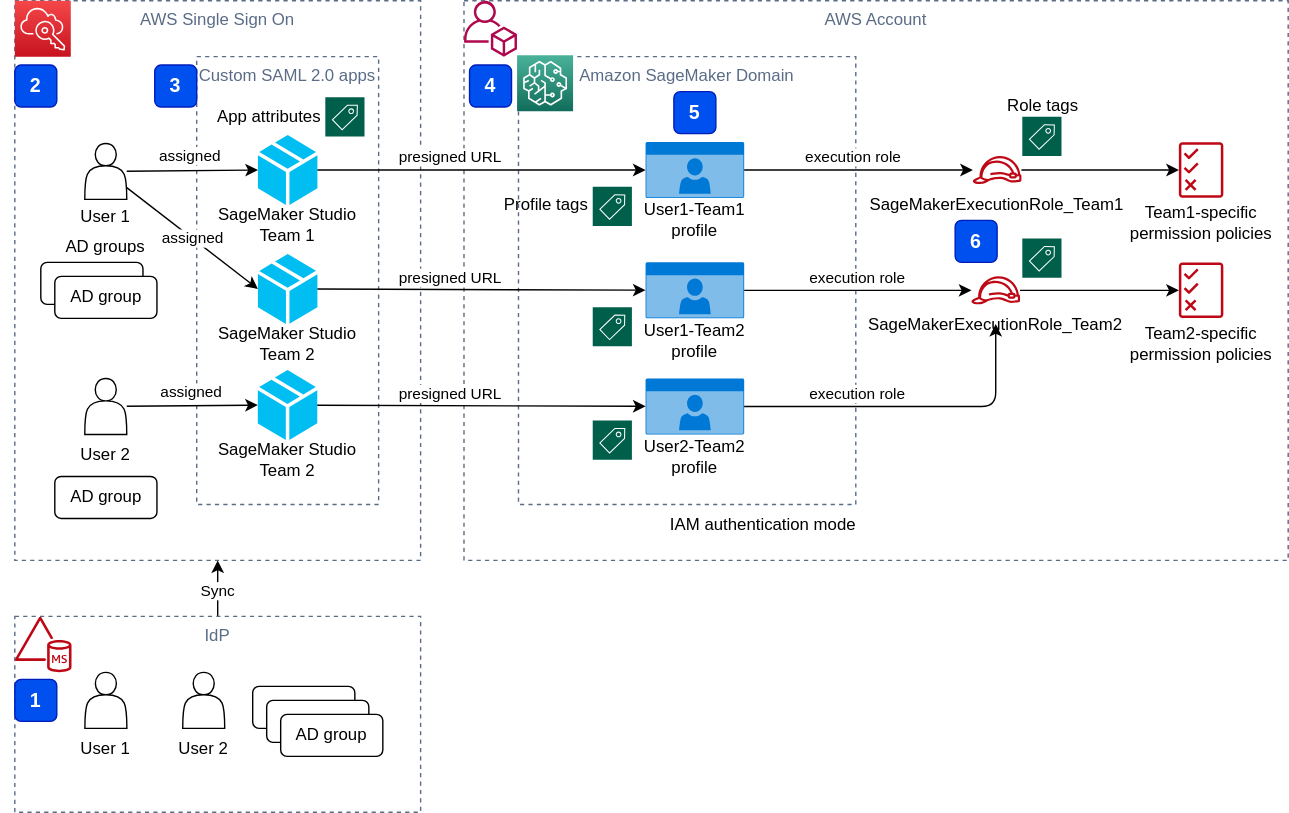
Before: design/solution-architecture.drawio.svg, a diagram exported from draw.io (aws-samples/users-and-team-management-with-amazon-sagemaker-and-aws-sso). Source tidied: cells renumbered, new cells last; positions are measured from the earlier drawing's top-left corner, leaving out a move shared by most shapes.
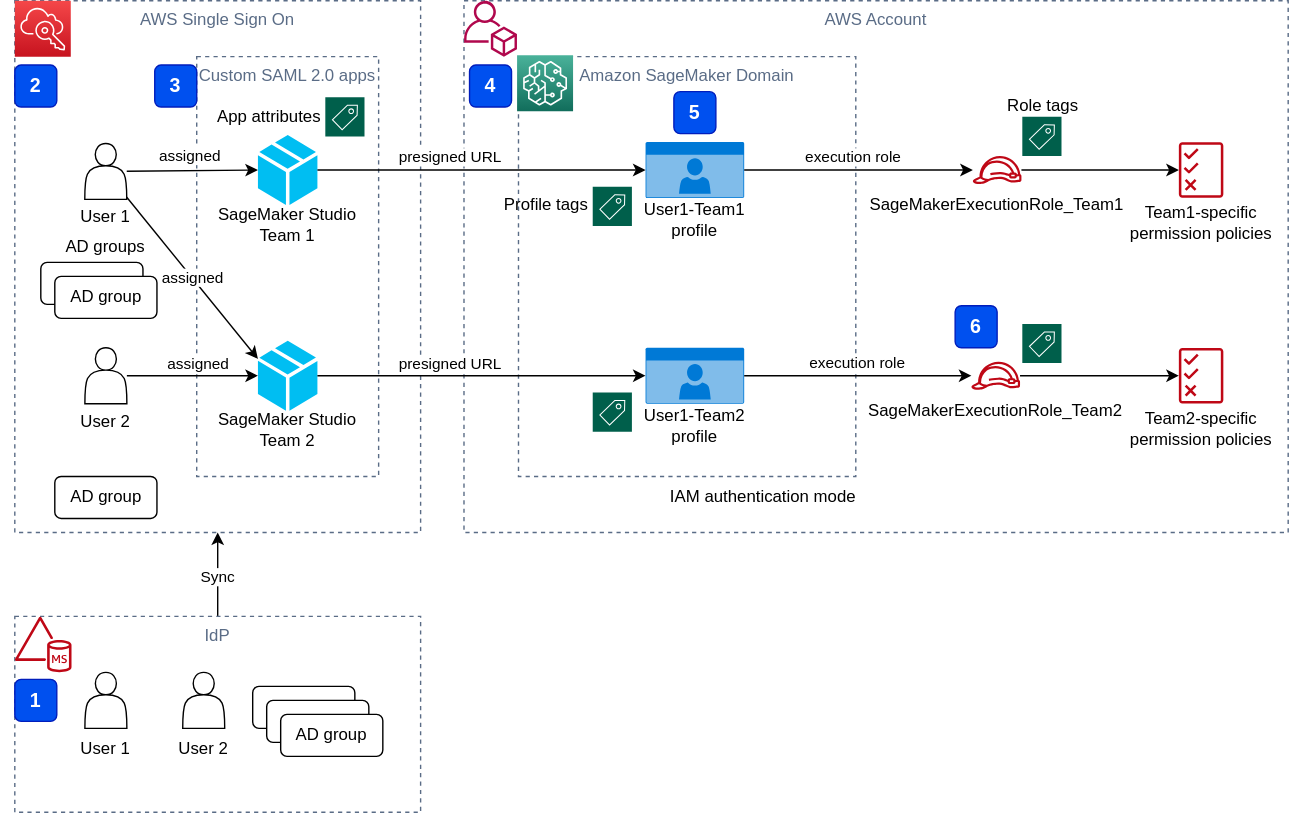
The same diagram one commit later.

The edit, as a diff of the source:
```diff
@@ -3,10 +3,10 @@
     <mxCell id="0" />
     <mxCell id="1" parent="0" />
     <mxCell id="2" value="AWS Single Sign On" style="fillColor=none;strokeColor=#5A6C86;dashed=1;verticalAlign=top;fontStyle=0;fontColor=#5A6C86;" parent="1" vertex="1">
-      <mxGeometry x="10" width="290" height="400" as="geometry" />
+      <mxGeometry x="10" width="290" height="380" as="geometry" />
     </mxCell>
     <mxCell id="3" value="Custom SAML 2.0 apps" style="fillColor=none;strokeColor=#5A6C86;dashed=1;verticalAlign=top;fontStyle=0;fontColor=#5A6C86;" parent="1" vertex="1">
-      <mxGeometry x="140" y="40" width="130" height="320" as="geometry" />
+      <mxGeometry x="140" y="40" width="130" height="300" as="geometry" />
     </mxCell>
     <mxCell id="4" style="edgeStyle=none;html=1;entryX=0.5;entryY=1;entryDx=0;entryDy=0;" parent="1" edge="1" source="6" target="2">
       <mxGeometry relative="1" as="geometry" />
@@ -18,13 +18,13 @@
       <mxGeometry x="10" y="440" width="290" height="140" as="geometry" />
     </mxCell>
     <mxCell id="7" value="AWS Account" style="fillColor=none;strokeColor=#5A6C86;dashed=1;verticalAlign=top;fontStyle=0;fontColor=#5A6C86;" parent="1" vertex="1">
-      <mxGeometry x="331" width="589" height="400" as="geometry" />
+      <mxGeometry x="331" width="589" height="380" as="geometry" />
     </mxCell>
     <mxCell id="8" style="sketch=0;fontColor=#232F3E;gradientColor=#F54749;gradientDirection=north;fillColor=#C7131F;strokeColor=#ffffff;dashed=0;verticalLabelPosition=bottom;verticalAlign=top;align=center;html=1;fontSize=12;fontStyle=0;shape=mxgraph.aws4.resourceIcon;resIcon=mxgraph.aws4.single_sign_on;" parent="1" vertex="1">
       <mxGeometry x="10" width="40" height="40" as="geometry" />
     </mxCell>
     <mxCell id="9" value="Amazon SageMaker Domain" style="fillColor=none;strokeColor=#5A6C86;dashed=1;verticalAlign=top;fontStyle=0;fontColor=#5A6C86;" parent="1" vertex="1">
-      <mxGeometry x="369.9" y="40" width="241.1" height="320" as="geometry" />
+      <mxGeometry x="369.9" y="40" width="241.1" height="300" as="geometry" />
     </mxCell>
     <mxCell id="10" style="sketch=0;fontColor=#232F3E;gradientColor=none;fillColor=#B0084D;strokeColor=none;dashed=0;verticalLabelPosition=bottom;verticalAlign=top;align=center;html=1;fontSize=12;fontStyle=0;shape=mxgraph.aws4.organizations_account;" parent="1" vertex="1">
       <mxGeometry x="331" width="38" height="40" as="geometry" />
@@ -43,7 +43,7 @@
         <mxPoint x="12" y="-10" as="offset" />
       </mxGeometry>
     </mxCell>
-    <mxCell id="15" value="assigned" style="edgeStyle=none;html=1;entryX=0;entryY=0.5;entryDx=0;entryDy=0;entryPerimeter=0;" parent="1" edge="1" source="16" target="44">
+    <mxCell id="15" value="assigned" style="edgeStyle=none;html=1;entryX=0;entryY=0.26;entryDx=0;entryDy=0;entryPerimeter=0;" parent="1" edge="1" source="16" target="44">
       <mxGeometry relative="1" as="geometry" />
     </mxCell>
     <mxCell id="16" style="shape=actor;whiteSpace=wrap;html=1;" parent="1" vertex="1">
@@ -59,7 +59,7 @@
       <mxGeometry y="20" width="60" height="30" as="geometry" />
     </mxCell>
     <mxCell id="20" style="group;" parent="1" vertex="1">
-      <mxGeometry x="681" y="197" width="60" height="50" as="geometry" />
+      <mxGeometry x="681" y="258" width="60" height="50" as="geometry" />
     </mxCell>
     <mxCell id="21" style="sketch=0;outlineConnect=0;fontColor=#232F3E;gradientColor=none;fillColor=#BF0816;strokeColor=none;dashed=0;verticalLabelPosition=bottom;verticalAlign=top;align=center;html=1;fontSize=12;fontStyle=0;shape=mxgraph.aws4.role;" parent="20" vertex="1">
       <mxGeometry x="12.3" width="35.5" height="20" as="geometry" />
@@ -77,7 +77,7 @@
       <mxGeometry x="9.8" width="70.5" height="40" as="geometry" />
     </mxCell>
     <mxCell id="26" style="group;" parent="1" vertex="1">
-      <mxGeometry x="451" y="187" width="90" height="71" as="geometry" />
+      <mxGeometry x="451" y="248" width="90" height="71" as="geometry" />
     </mxCell>
     <mxCell id="27" value="User1-Team2 profile" style="text;html=1;strokeColor=none;fillColor=none;align=center;verticalAlign=middle;whiteSpace=wrap;rounded=0;" parent="26" vertex="1">
       <mxGeometry y="41" width="90" height="30" as="geometry" />
@@ -85,15 +85,6 @@
     <mxCell id="28" style="html=1;strokeColor=none;fillColor=#0079D6;labelPosition=center;verticalLabelPosition=middle;verticalAlign=top;align=center;fontSize=12;outlineConnect=0;spacingTop=-6;fontColor=#FFFFFF;sketch=0;shape=mxgraph.sitemap.profile;" parent="26" vertex="1">
       <mxGeometry x="9.8" width="70.5" height="40" as="geometry" />
     </mxCell>
-    <mxCell id="29" style="group;" parent="1" vertex="1">
-      <mxGeometry x="451" y="270" width="90" height="71" as="geometry" />
-    </mxCell>
-    <mxCell id="30" value="User2-Team2 profile" style="text;html=1;strokeColor=none;fillColor=none;align=center;verticalAlign=middle;whiteSpace=wrap;rounded=0;" parent="29" vertex="1">
-      <mxGeometry y="41" width="90" height="30" as="geometry" />
-    </mxCell>
-    <mxCell id="31" style="html=1;strokeColor=none;fillColor=#0079D6;labelPosition=center;verticalLabelPosition=middle;verticalAlign=top;align=center;fontSize=12;outlineConnect=0;spacingTop=-6;fontColor=#FFFFFF;sketch=0;shape=mxgraph.sitemap.profile;" parent="29" vertex="1">
-      <mxGeometry x="9.8" width="70.5" height="40" as="geometry" />
-    </mxCell>
     <mxCell id="32" style="edgeStyle=none;html=1;" parent="1" edge="1" source="25" target="18">
       <mxGeometry relative="1" as="geometry" />
     </mxCell>
@@ -110,36 +101,14 @@
         <mxPoint x="26" y="-7" as="offset" />
       </mxGeometry>
     </mxCell>
-    <mxCell id="36" style="edgeStyle=none;html=1;" parent="1" edge="1" source="31">
-      <mxGeometry relative="1" as="geometry">
-        <mxPoint x="711" y="231" as="targetPoint" />
-        <Array as="points">
-          <mxPoint x="711" y="290" />
-        </Array>
-      </mxGeometry>
-    </mxCell>
-    <mxCell id="37" value="execution role" style="edgeLabel;html=1;align=center;verticalAlign=middle;" parent="36" vertex="1">
-      <mxGeometry x="-0.63" relative="1" as="geometry">
-        <mxPoint x="36" y="-10" as="offset" />
-      </mxGeometry>
-    </mxCell>
     <mxCell id="38" style="sketch=0;shadow=0;dashed=0;html=1;strokeColor=none;fillColor=#005F4B;labelPosition=center;verticalLabelPosition=bottom;verticalAlign=top;align=center;shape=mxgraph.veeam2.tag;" parent="1" vertex="1">
       <mxGeometry x="423" y="133" width="28" height="28" as="geometry" />
     </mxCell>
     <mxCell id="39" value="User 1" style="text;html=1;strokeColor=none;fillColor=none;align=center;verticalAlign=middle;whiteSpace=wrap;rounded=0;" parent="1" vertex="1">
       <mxGeometry x="45" y="140" width="60" height="30" as="geometry" />
     </mxCell>
-    <mxCell id="40" style="group;" parent="1" vertex="1">
-      <mxGeometry x="150" y="264" width="109.8" height="84" as="geometry" />
-    </mxCell>
-    <mxCell id="41" style="verticalLabelPosition=bottom;html=1;verticalAlign=top;align=center;strokeColor=none;fillColor=#00BEF2;shape=mxgraph.azure.cloud_service_package_file;" parent="40" vertex="1">
-      <mxGeometry x="33.6" width="42.5" height="50" as="geometry" />
-    </mxCell>
-    <mxCell id="42" value="SageMaker Studio Team 2" style="text;html=1;strokeColor=none;fillColor=none;align=center;verticalAlign=middle;whiteSpace=wrap;rounded=0;" parent="40" vertex="1">
-      <mxGeometry y="49" width="109.8" height="30" as="geometry" />
-    </mxCell>
     <mxCell id="43" style="group;" parent="1" vertex="1">
-      <mxGeometry x="150.1" y="181" width="109.8" height="84" as="geometry" />
+      <mxGeometry x="150.1" y="243" width="109.8" height="84" as="geometry" />
     </mxCell>
     <mxCell id="44" style="verticalLabelPosition=bottom;html=1;verticalAlign=top;align=center;strokeColor=none;fillColor=#00BEF2;shape=mxgraph.azure.cloud_service_package_file;" parent="43" vertex="1">
       <mxGeometry x="33.6" width="42.5" height="50" as="geometry" />
@@ -172,14 +141,6 @@
         <mxPoint x="-26" y="-10" as="offset" />
       </mxGeometry>
     </mxCell>
-    <mxCell id="53" style="edgeStyle=none;html=1;" parent="1" edge="1" source="41" target="31">
-      <mxGeometry relative="1" as="geometry" />
-    </mxCell>
-    <mxCell id="54" value="presigned URL" style="edgeLabel;html=1;align=center;verticalAlign=middle;" parent="53" vertex="1">
-      <mxGeometry x="-0.07" y="1" relative="1" as="geometry">
-        <mxPoint x="-15" y="-8" as="offset" />
-      </mxGeometry>
-    </mxCell>
     <mxCell id="55" value="App attributes" style="text;html=1;strokeColor=none;fillColor=none;align=center;verticalAlign=middle;whiteSpace=wrap;rounded=0;" parent="1" vertex="1">
       <mxGeometry x="147" y="68" width="90" height="30" as="geometry" />
     </mxCell>
@@ -196,7 +157,7 @@
       <mxGeometry relative="1" as="geometry" />
     </mxCell>
     <mxCell id="60" style="group;" parent="1" vertex="1">
-      <mxGeometry x="798" y="187" width="119.5" height="73" as="geometry" />
+      <mxGeometry x="798" y="248" width="119.5" height="73" as="geometry" />
     </mxCell>
     <mxCell id="61" style="sketch=0;outlineConnect=0;fontColor=#232F3E;gradientColor=none;fillColor=#BF0816;strokeColor=none;dashed=0;verticalLabelPosition=bottom;verticalAlign=top;align=center;html=1;fontSize=12;fontStyle=0;shape=mxgraph.aws4.permissions;" parent="60" vertex="1">
       <mxGeometry x="43.9" width="31.8" height="40" as="geometry" />
@@ -207,17 +168,14 @@
     <mxCell id="63" style="edgeStyle=none;html=1;" parent="1" edge="1" source="21" target="61">
       <mxGeometry relative="1" as="geometry" />
     </mxCell>
-    <mxCell id="64" style="edgeStyle=none;html=1;entryX=0;entryY=0.5;entryDx=0;entryDy=0;entryPerimeter=0;" parent="1" edge="1" source="66" target="41">
+    <mxCell id="64" style="edgeStyle=none;html=1;entryX=0;entryY=0.5;entryDx=0;entryDy=0;entryPerimeter=0;" parent="1" edge="1" source="66" target="44">
       <mxGeometry relative="1" as="geometry" />
     </mxCell>
     <mxCell id="65" value="assigned" style="edgeLabel;html=1;align=center;verticalAlign=middle;" parent="64" vertex="1">
       <mxGeometry x="-0.27" y="-1" relative="1" as="geometry">
-        <mxPoint x="11" y="-11" as="offset" />
+        <mxPoint x="16" y="-10" as="offset" />
       </mxGeometry>
     </mxCell>
-    <mxCell id="66" style="shape=actor;whiteSpace=wrap;html=1;" parent="1" vertex="1">
-      <mxGeometry x="60" y="270" width="30" height="40" as="geometry" />
-    </mxCell>
     <mxCell id="67" style="sketch=0;shadow=0;dashed=0;html=1;strokeColor=none;fillColor=#005F4B;labelPosition=center;verticalLabelPosition=bottom;verticalAlign=top;align=center;shape=mxgraph.veeam2.tag;" parent="1" vertex="1">
       <mxGeometry x="231.9" y="69" width="28" height="28" as="geometry" />
     </mxCell>
@@ -225,7 +183,7 @@
       <mxGeometry x="730" y="83" width="28" height="28" as="geometry" />
     </mxCell>
     <mxCell id="69" style="sketch=0;shadow=0;dashed=0;html=1;strokeColor=none;fillColor=#005F4B;labelPosition=center;verticalLabelPosition=bottom;verticalAlign=top;align=center;shape=mxgraph.veeam2.tag;" parent="1" vertex="1">
-      <mxGeometry x="730" y="170" width="28" height="28" as="geometry" />
+      <mxGeometry x="730" y="231" width="28" height="28" as="geometry" />
     </mxCell>
     <mxCell id="70" value="Role tags" style="text;html=1;strokeColor=none;fillColor=none;align=center;verticalAlign=middle;whiteSpace=wrap;rounded=0;" parent="1" vertex="1">
       <mxGeometry x="715" y="60" width="60" height="30" as="geometry" />
@@ -233,17 +191,11 @@
     <mxCell id="71" value="Profile tags" style="text;html=1;strokeColor=none;fillColor=none;align=center;verticalAlign=middle;whiteSpace=wrap;rounded=0;" parent="1" vertex="1">
       <mxGeometry x="344.9" y="131" width="90" height="30" as="geometry" />
     </mxCell>
-    <mxCell id="72" value="User 2" style="text;html=1;strokeColor=none;fillColor=none;align=center;verticalAlign=middle;whiteSpace=wrap;rounded=0;" parent="1" vertex="1">
-      <mxGeometry x="45" y="310" width="60" height="30" as="geometry" />
-    </mxCell>
     <mxCell id="73" style="sketch=0;shadow=0;dashed=0;html=1;strokeColor=none;fillColor=#005F4B;labelPosition=center;verticalLabelPosition=bottom;verticalAlign=top;align=center;shape=mxgraph.veeam2.tag;" parent="1" vertex="1">
-      <mxGeometry x="423" y="219" width="28" height="28" as="geometry" />
+      <mxGeometry x="423" y="280" width="28" height="28" as="geometry" />
     </mxCell>
-    <mxCell id="74" style="sketch=0;shadow=0;dashed=0;html=1;strokeColor=none;fillColor=#005F4B;labelPosition=center;verticalLabelPosition=bottom;verticalAlign=top;align=center;shape=mxgraph.veeam2.tag;" parent="1" vertex="1">
-      <mxGeometry x="423" y="300" width="28" height="28" as="geometry" />
-    </mxCell>
     <mxCell id="75" value="IAM authentication mode" style="text;html=1;strokeColor=none;fillColor=none;align=center;verticalAlign=middle;whiteSpace=wrap;rounded=0;" parent="1" vertex="1">
-      <mxGeometry x="470" y="360" width="150.1" height="30" as="geometry" />
+      <mxGeometry x="470" y="340" width="150.1" height="30" as="geometry" />
     </mxCell>
     <mxCell id="76" value="AD groups" style="text;html=1;strokeColor=none;fillColor=none;align=center;verticalAlign=middle;whiteSpace=wrap;rounded=0;" parent="1" vertex="1">
       <mxGeometry y="161" width="150.1" height="30" as="geometry" />
@@ -270,7 +222,7 @@
       <mxGeometry x="335" y="46" width="30" height="30" as="geometry" />
     </mxCell>
     <mxCell id="84" value="6" style="rounded=1;whiteSpace=wrap;html=1;fontStyle=1;fontSize=14;fillColor=#0050ef;strokeColor=#001DBC;fontColor=#ffffff;" parent="1" vertex="1">
-      <mxGeometry x="682" y="157" width="30" height="30" as="geometry" />
+      <mxGeometry x="682" y="218" width="30" height="30" as="geometry" />
     </mxCell>
     <mxCell id="85" value="3" style="rounded=1;whiteSpace=wrap;html=1;fontStyle=1;fontSize=14;fillColor=#0050ef;strokeColor=#001DBC;fontColor=#ffffff;" parent="1" vertex="1">
       <mxGeometry x="110" y="46" width="30" height="30" as="geometry" />
@@ -305,5 +257,14 @@
     <mxCell id="95" value="AD group" style="rounded=1;whiteSpace=wrap;html=1;" parent="94" vertex="1">
       <mxGeometry width="73" height="30" as="geometry" />
     </mxCell>
+    <mxCell id="96" style="group;" parent="1" vertex="1">
+      <mxGeometry x="45" y="248" width="60" height="68" as="geometry" />
+    </mxCell>
+    <mxCell id="66" style="shape=actor;whiteSpace=wrap;html=1;" parent="96" vertex="1">
+      <mxGeometry x="15.1" width="30" height="40" as="geometry" />
+    </mxCell>
+    <mxCell id="72" value="User 2" style="text;html=1;strokeColor=none;fillColor=none;align=center;verticalAlign=middle;whiteSpace=wrap;rounded=0;" parent="96" vertex="1">
+      <mxGeometry y="38" width="60" height="30" as="geometry" />
+    </mxCell>
   </root>
 </mxGraphModel>
```
